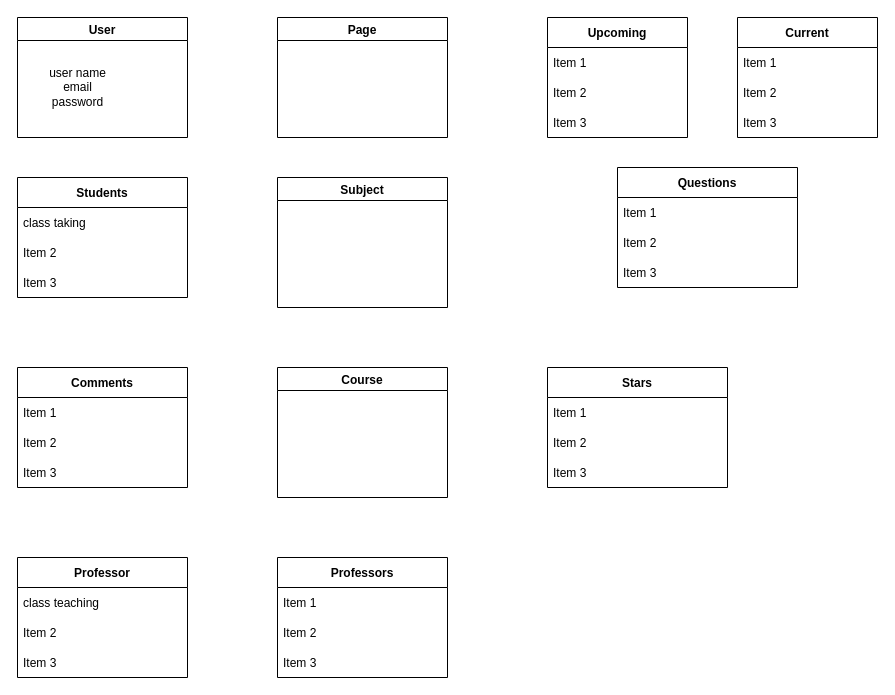
Before: Domain Model.drawio in I-Dont-Want-An-F/Project, a draw.io diagram. Source tidied: cells renumbered, new cells numbered last; positions are measured from the earlier drawing's top-left corner, leaving out a move shared by most shapes. Both pictures are drawn from the tidied source at 100%, with x=0, y=0 at pixel (17, 17).
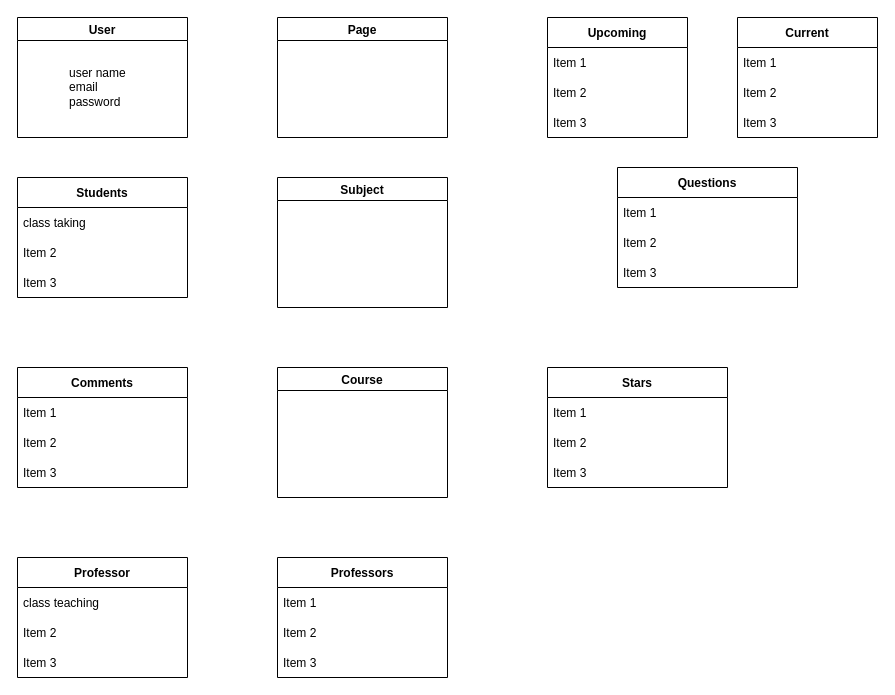
Above is the later version.

Unchanged cells that the change refers to:
```xml
<mxCell id="2" value="User" style="swimlane;" parent="1" vertex="1">
  <mxGeometry width="170" height="120" as="geometry" />
</mxCell>
```

What changed in the source:
```diff
@@
-    <mxCell id="3" value="user name&lt;br&gt;email&lt;br&gt;password" style="text;html=1;align=center;verticalAlign=middle;strokeColor=none;fillColor=none;" parent="2" vertex="1">
-      <mxGeometry x="20" y="40" width="80" height="60" as="geometry" />
+    <mxCell id="3" value="user name&lt;br&gt;email&lt;br&gt;password" style="text;html=1;align=left;verticalAlign=middle;strokeColor=none;fillColor=none;" parent="2" vertex="1">
+      <mxGeometry x="50" y="40" width="80" height="60" as="geometry" />
     </mxCell>
```
